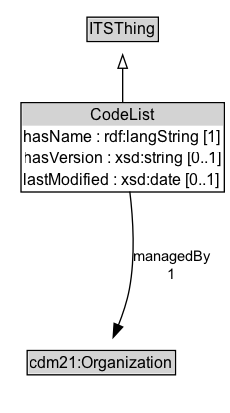
Above: docs/diagrams/CodeList.dot.png in ISO-TC204/ontology-its-core-v1 (Graphviz), before the change. Its source is kept beside it as docs/diagrams/CodeList.dot. Source of this version:
```dot
digraph {
	graph [overlap=false rankdir=TB splines=true]
	node [fontname=Arial fontsize=12 margin=0 shape=none]
	edge [fontname=Arial fontsize=11]
	{
		rank=source
		ITSThing [label=<<TABLE BORDER="1" CELLBORDER="0" CELLSPACING="0" CELLPADDING="1"><TR><TD BGCOLOR="lightgray" ALIGN="CENTER">ITSThing</TD></TR></TABLE>> URL="../ITSThing" margin=0]
	}
	CodeList [label=<<TABLE BORDER="1" CELLBORDER="0" CELLSPACING="0" CELLPADDING="1"><TR><TD BGCOLOR="lightgray" ALIGN="CENTER">CodeList</TD></TR><TR><TD ALIGN="LEFT">hasName : rdf:langString [1]</TD></TR><TR><TD ALIGN="LEFT">hasVersion : xsd:string [0..1]</TD></TR><TR><TD ALIGN="LEFT">lastModified : xsd:date [0..1]</TD></TR></TABLE>> URL="../CodeList" margin=0]
	{
		rank=max
	}
	subgraph cluster_associated {
		label="" style=invis
		Invis [label=<<TABLE BORDER="0" CELLBORDER="0" CELLSPACING="0" CELLPADDING="1"><TR><TD></TD></TR></TABLE>> margin=0 style=invis]
		cdm21_Organization [label=<<TABLE BORDER="1" CELLBORDER="0" CELLSPACING="0" CELLPADDING="1"><TR><TD BGCOLOR="lightgray" ALIGN="CENTER">cdm21:Organization</TD></TR></TABLE>> URL="https://w3id.org/citydata/imported/cdm21/latest/Organization" margin=0]
	}
	CodeList -> ITSThing [arrowhead=onormal style=solid]
	CodeList -> Invis [style=invis]
	Invis -> cdm21_Organization [style=invis]
	cdm21_Organization [label=<<TABLE BORDER="1" CELLBORDER="0" CELLSPACING="0" CELLPADDING="1"><TR><TD BGCOLOR="lightgray" ALIGN="CENTER">cdm21:Organization</TD></TR></TABLE>> URL="https://w3id.org/citydata/imported/cdm21/latest/Organization" margin=0]
	CodeList -> cdm21_Organization [label="managedBy
1" arrowhead=normal style=solid]
}
```
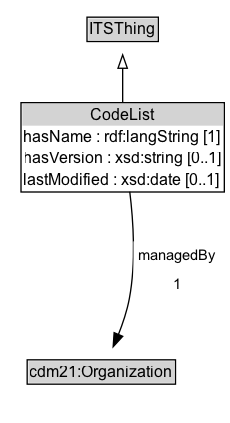
After the change.

Diff of the diagram source:
```diff
@@ -19,6 +19,5 @@
 	CodeList -> Invis [style=invis]
 	Invis -> cdm21_Organization [style=invis]
 	cdm21_Organization [label=<<TABLE BORDER="1" CELLBORDER="0" CELLSPACING="0" CELLPADDING="1"><TR><TD BGCOLOR="lightgray" ALIGN="CENTER">cdm21:Organization</TD></TR></TABLE>> URL="https://w3id.org/citydata/imported/cdm21/latest/Organization" margin=0]
-	CodeList -> cdm21_Organization [label="managedBy
-1" arrowhead=normal style=solid]
+	CodeList -> cdm21_Organization [label=<<TABLE BORDER="0" CELLBORDER="0" CELLSPACING="0" CELLPADDING="4" BGCOLOR="white"><TR><TD ALIGN="CENTER">managedBy</TD></TR><TR><TD ALIGN="CENTER">1</TD></TR></TABLE>> arrowhead=normal style=solid]
 }
```
